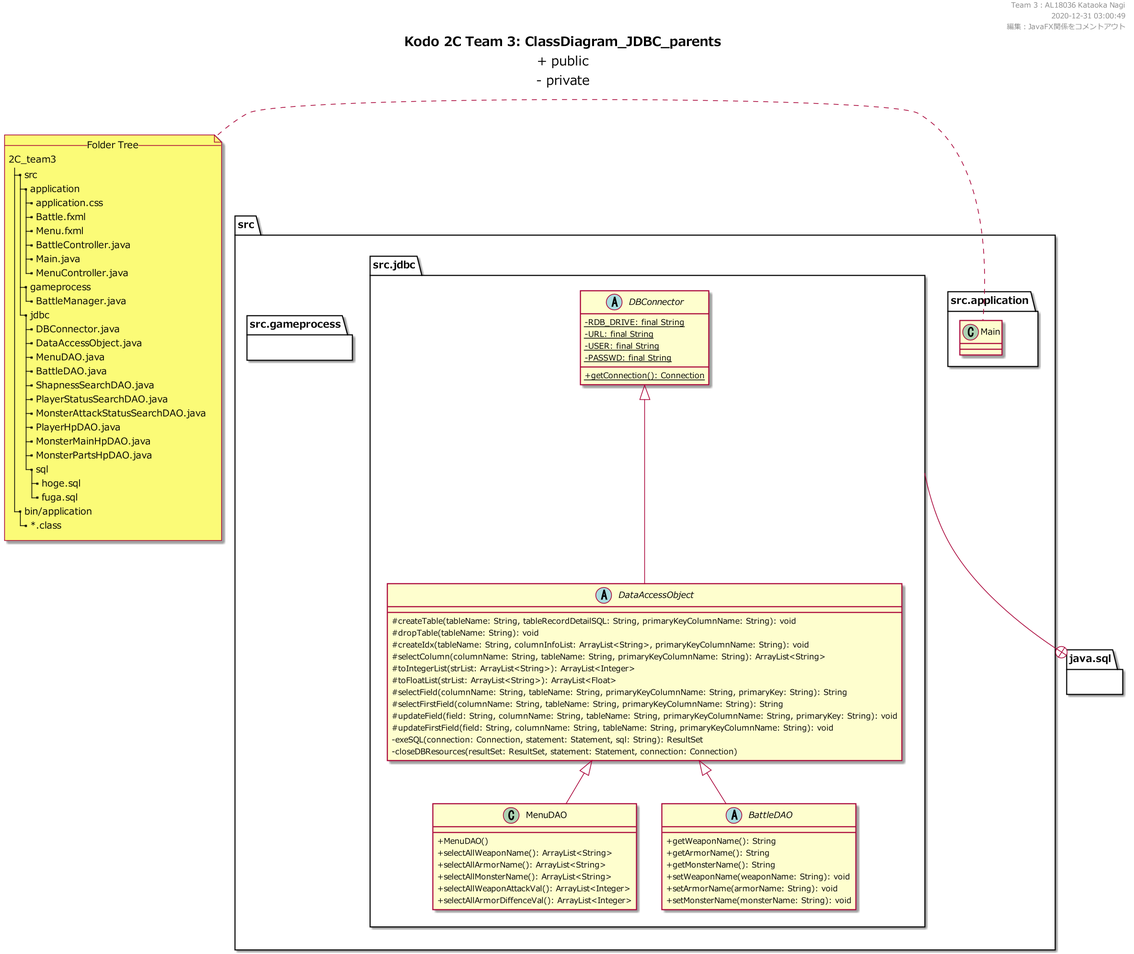
KataokaNagi/2C_team3 keeps this PlantUML diagram as uml/out/ClassDiagram_JDBC_parents.png. Above is the earlier version.
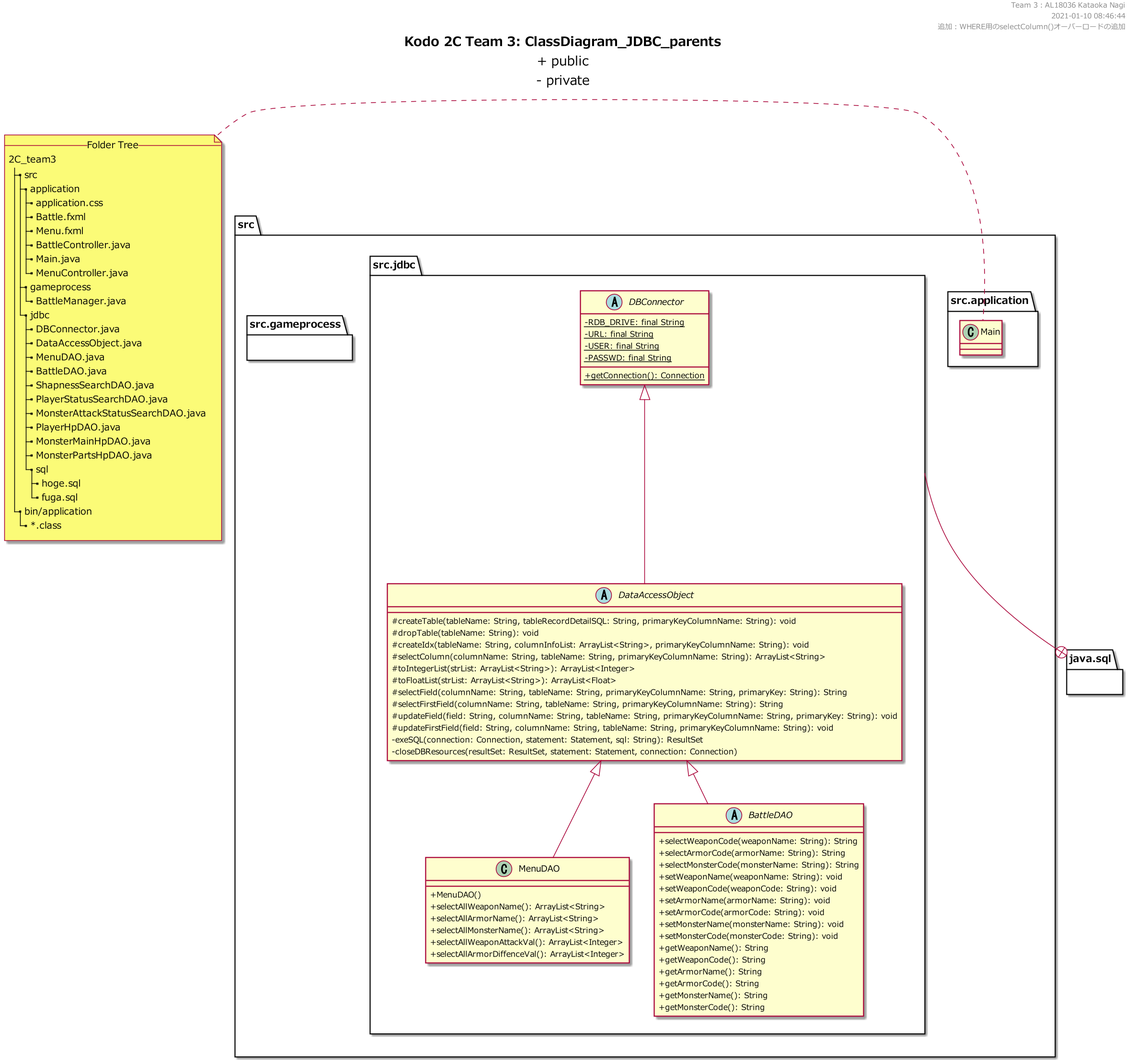
The same file after the commit.

What changed in the source:
```diff
@@ -6,8 +6,8 @@
 
 header
 Team 3 : AL18036 Kataoka Nagi
-2020-12-31 03:00:49
-編集：JavaFX関係をコメントアウト
+2021-01-10 08:46:44
+追加：WHERE用のselectColumn()オーバーロードの追加
 end header
 
 
@@ -116,12 +116,21 @@
   }
 
   abstract class BattleDAO extends DataAccessObject {
+  + selectWeaponCode(weaponName: String): String
+  + selectArmorCode(armorName: String): String
+  + selectMonsterCode(monsterName: String): String
+  + setWeaponName(weaponName: String): void
+  + setWeaponCode(weaponCode: String): void
+  + setArmorName(armorName: String): void
+  + setArmorCode(armorCode: String): void
+  + setMonsterName(monsterName: String): void
+  + setMonsterCode(monsterCode: String): void
   + getWeaponName(): String
+  + getWeaponCode(): String
   + getArmorName(): String
+  + getArmorCode(): String
   + getMonsterName(): String
-  + setWeaponName(weaponName: String): void
-  + setArmorName(armorName: String): void
-  + setMonsterName(monsterName: String): void
+  + getMonsterCode(): String
   }
 }
 
```
